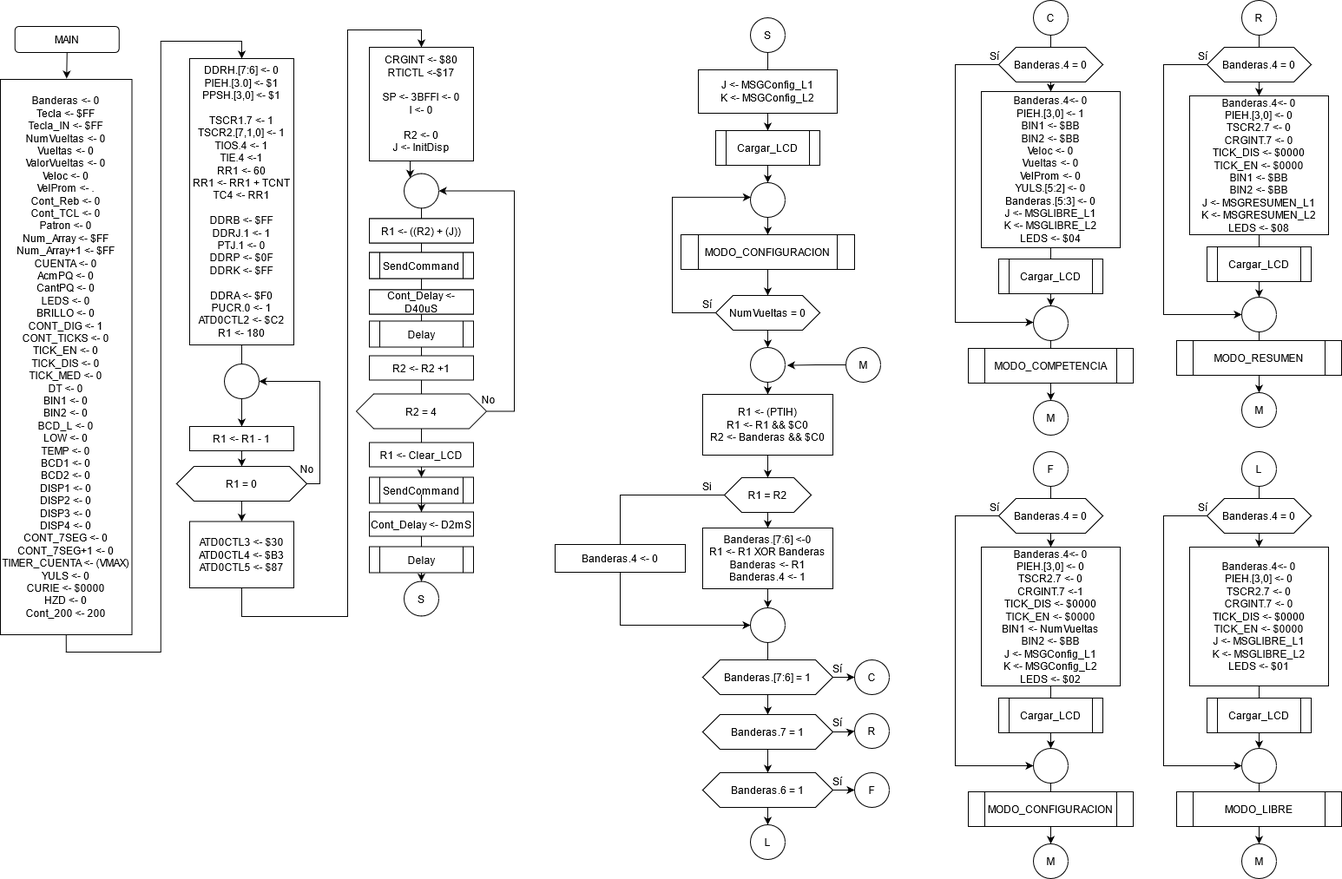
Above: PF/img/MAIN.png in robz25/Microprocesadores (draw.io), before the change. Source tidied: cells renumbered, new cells last; positions are measured from the earlier drawing's top-left corner, leaving out a move shared by most shapes.
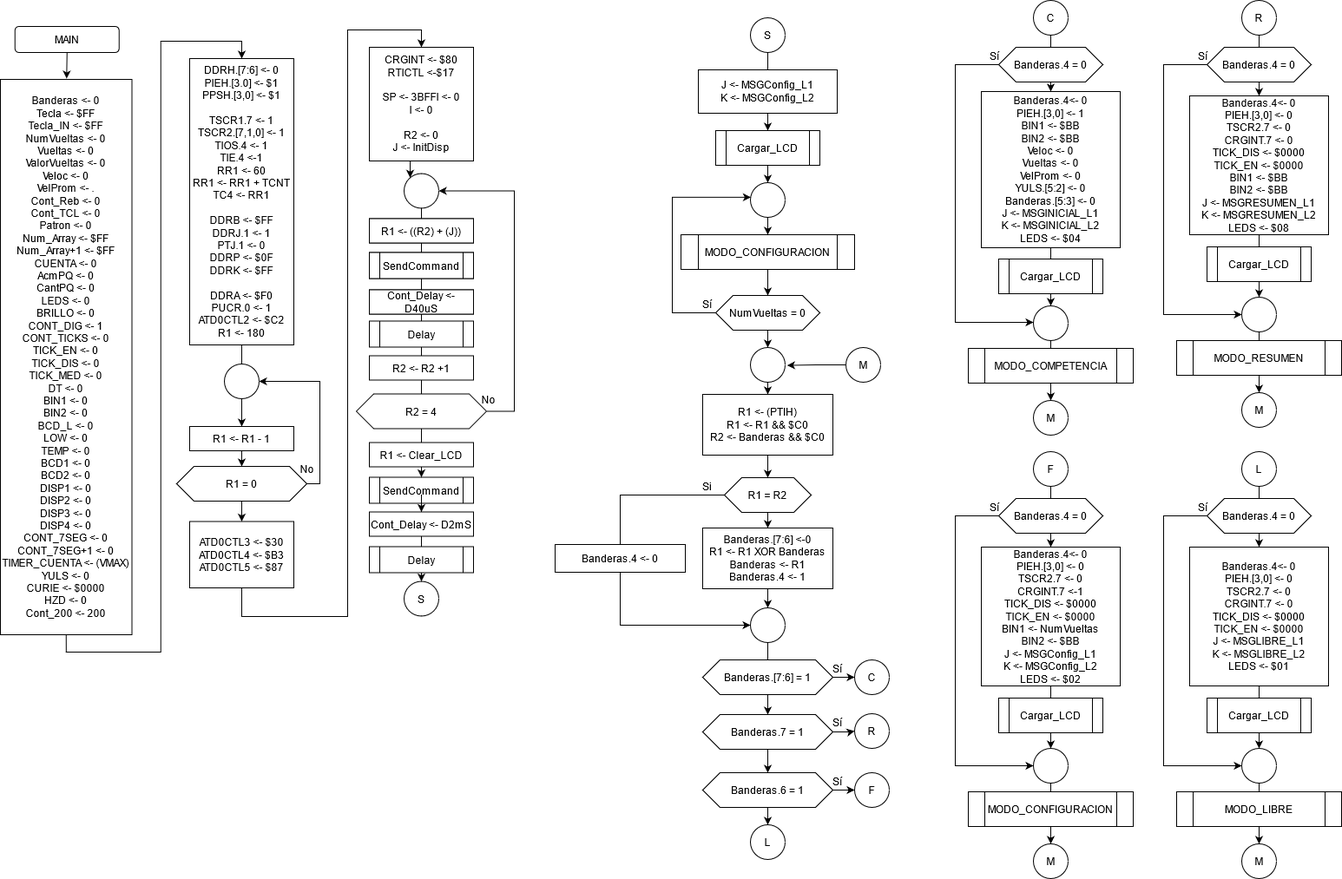
The same diagram one commit later.

Commit message:
cambio msg en competencia

What changed in the source:
```diff
@@ -10,7 +10,7 @@
     <mxCell id="3" style="edgeStyle=orthogonalEdgeStyle;rounded=0;jettySize=auto;html=1;" parent="1" edge="1" source="4" target="7">
       <mxGeometry relative="1" as="geometry" />
     </mxCell>
-    <mxCell id="4" value="&lt;div&gt;Banderas.4&amp;lt;- 0&lt;/div&gt;&lt;div&gt;PIEH.[3,0] &amp;lt;- 1&lt;/div&gt;&lt;div&gt;BIN1 &amp;lt;- $BB&lt;br&gt;&lt;/div&gt;&lt;div&gt;BIN2 &amp;lt;- $BB&lt;/div&gt;&lt;div&gt;Veloc &amp;lt;- 0&lt;/div&gt;&lt;div&gt;Vueltas &amp;lt;- 0&lt;/div&gt;&lt;div&gt;VelProm &amp;lt;- 0&lt;/div&gt;&lt;div&gt;YULS.[5:2] &amp;lt;- 0&lt;/div&gt;&lt;div&gt;Banderas.[5:3] &amp;lt;- 0&lt;/div&gt;&lt;div&gt;J &amp;lt;- MSGLIBRE_L1&lt;/div&gt;&lt;div&gt;K &amp;lt;- MSGLIBRE_L2&lt;/div&gt;&lt;div&gt;LEDS &amp;lt;- $04&lt;/div&gt;" style="rounded=0;whiteSpace=wrap;html=1;" parent="1" vertex="1">
+    <mxCell id="4" value="&lt;div&gt;Banderas.4&amp;lt;- 0&lt;/div&gt;&lt;div&gt;PIEH.[3,0] &amp;lt;- 1&lt;/div&gt;&lt;div&gt;BIN1 &amp;lt;- $BB&lt;br&gt;&lt;/div&gt;&lt;div&gt;BIN2 &amp;lt;- $BB&lt;/div&gt;&lt;div&gt;Veloc &amp;lt;- 0&lt;/div&gt;&lt;div&gt;Vueltas &amp;lt;- 0&lt;/div&gt;&lt;div&gt;VelProm &amp;lt;- 0&lt;/div&gt;&lt;div&gt;YULS.[5:2] &amp;lt;- 0&lt;/div&gt;&lt;div&gt;Banderas.[5:3] &amp;lt;- 0&lt;/div&gt;&lt;div&gt;J &amp;lt;- MSGINICIAL_L1&lt;/div&gt;&lt;div&gt;K &amp;lt;- MSGINICIAL_L2&lt;/div&gt;&lt;div&gt;LEDS &amp;lt;- $04&lt;/div&gt;" style="rounded=0;whiteSpace=wrap;html=1;" parent="1" vertex="1">
       <mxGeometry x="1130" y="105" width="160" height="180" as="geometry" />
     </mxCell>
     <mxCell id="5" style="edgeStyle=orthogonalEdgeStyle;rounded=0;jettySize=auto;html=1;exitX=0;exitY=0.5;exitDx=0;exitDy=0;entryX=0;entryY=0.5;entryDx=0;entryDy=0;" parent="1" edge="1" source="55" target="7">
```
